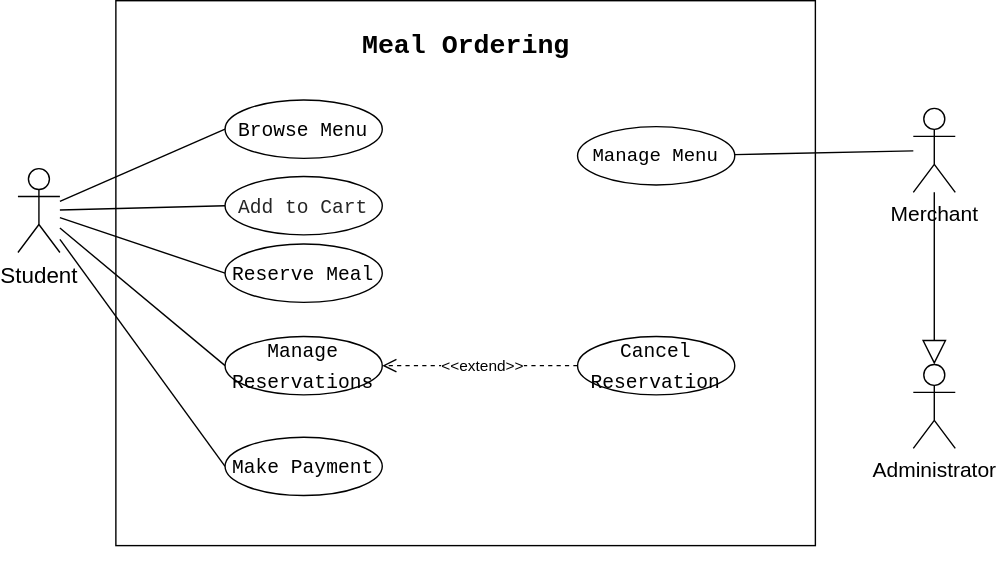
Earlier version of the draw.io export Assignment2/diagrams/uc_mealorder.svg (qianlinnian/se_sad_project). Source tidied: cells renumbered, new cells last; positions are measured from the earlier drawing's top-left corner, leaving out a move shared by most shapes.
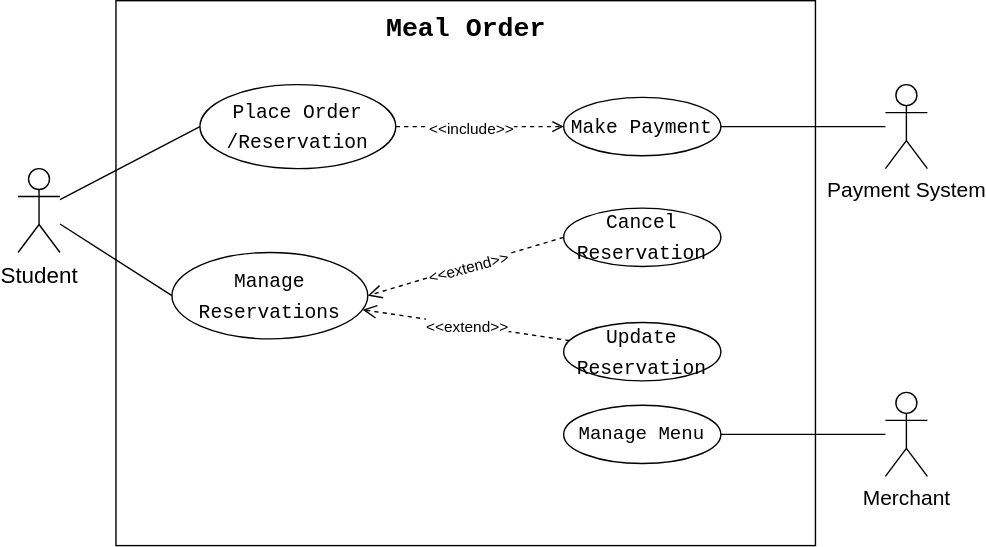
The same file after the commit.

Diff of the diagram source:
```diff
@@ -2,15 +2,6 @@
   <root>
     <mxCell id="0" />
     <mxCell id="1" parent="0" />
-    <mxCell id="2" style="rounded=0;jettySize=auto;html=1;endArrow=none;endFill=0;entryX=0;entryY=0.5;entryDx=0;entryDy=0;" parent="1" edge="1" source="6" target="15">
-      <mxGeometry relative="1" as="geometry" />
-    </mxCell>
-    <mxCell id="3" style="rounded=0;jettySize=auto;html=1;entryX=0;entryY=0.5;entryDx=0;entryDy=0;endArrow=none;endFill=0;" parent="1" edge="1" source="6" target="13">
-      <mxGeometry relative="1" as="geometry" />
-    </mxCell>
-    <mxCell id="4" style="rounded=0;jettySize=auto;html=1;entryX=0;entryY=0.5;entryDx=0;entryDy=0;endArrow=none;endFill=0;" parent="1" edge="1" source="6" target="14">
-      <mxGeometry relative="1" as="geometry" />
-    </mxCell>
     <mxCell id="5" style="edgeStyle=none;curved=1;rounded=0;jettySize=auto;html=1;entryX=0;entryY=0.5;entryDx=0;entryDy=0;fontSize=12;startSize=8;endSize=8;endArrow=none;endFill=0;" parent="1" edge="1" source="6" target="10">
       <mxGeometry relative="1" as="geometry" />
     </mxCell>
@@ -23,53 +14,62 @@
     <mxCell id="8" style="rounded=0;whiteSpace=wrap;html=1;fillColor=none;" parent="1" vertex="1">
       <mxGeometry x="70" width="500" height="389.5" as="geometry" />
     </mxCell>
+    <mxCell id="25" style="rounded=0;jettySize=auto;html=1;entryX=0;entryY=0.5;entryDx=0;entryDy=0;dashed=1;endArrow=open;endFill=0;" parent="1" edge="1" source="9" target="14">
+      <mxGeometry relative="1" as="geometry" />
+    </mxCell>
+    <mxCell id="26" value="&amp;lt;&amp;lt;include&amp;gt;&amp;gt;" style="edgeLabel;html=1;align=center;verticalAlign=middle;" parent="25" vertex="1">
+      <mxGeometry x="-0.13" y="-1" relative="1" as="geometry" />
+    </mxCell>
-    <mxCell id="9" value="&lt;div style=&quot;font-family: Consolas, &amp;quot;Courier New&amp;quot;, monospace; line-height: 22px; white-space: pre;&quot;&gt;&lt;span style=&quot;font-family: ui-monospace, SFMono-Regular, &amp;quot;SF Mono&amp;quot;, Menlo, Consolas, &amp;quot;Liberation Mono&amp;quot;, monospace; text-align: left; white-space: normal;&quot;&gt;Reserve Meal&lt;/span&gt;&lt;/div&gt;" style="ellipse;whiteSpace=wrap;html=1;fontSize=14;fontColor=#000000;strokeColor=#000000;" parent="1" vertex="1">
-      <mxGeometry x="148" y="173.9" width="112.4" height="41.7" as="geometry" />
+    <mxCell id="9" value="&lt;div style=&quot;font-family: Consolas, &amp;quot;Courier New&amp;quot;, monospace; line-height: 22px; white-space: pre;&quot;&gt;&lt;span style=&quot;font-family: ui-monospace, SFMono-Regular, &amp;quot;SF Mono&amp;quot;, Menlo, Consolas, &amp;quot;Liberation Mono&amp;quot;, monospace; text-align: left; white-space: normal;&quot;&gt;Place Order&lt;/span&gt;&lt;/div&gt;&lt;div style=&quot;font-family: Consolas, &amp;quot;Courier New&amp;quot;, monospace; line-height: 22px; white-space: pre;&quot;&gt;&lt;span style=&quot;font-family: ui-monospace, SFMono-Regular, &amp;quot;SF Mono&amp;quot;, Menlo, Consolas, &amp;quot;Liberation Mono&amp;quot;, monospace; text-align: left; white-space: normal;&quot;&gt;/Reservation&lt;/span&gt;&lt;/div&gt;" style="ellipse;whiteSpace=wrap;html=1;fontSize=14;fontColor=#000000;strokeColor=#000000;" parent="1" vertex="1">
+      <mxGeometry x="130" y="60" width="140" height="60" as="geometry" />
     </mxCell>
     <mxCell id="10" value="&lt;div style=&quot;font-family: Consolas, &amp;quot;Courier New&amp;quot;, monospace; line-height: 22px; white-space: pre;&quot;&gt;&lt;span style=&quot;font-family: ui-monospace, SFMono-Regular, &amp;quot;SF Mono&amp;quot;, Menlo, Consolas, &amp;quot;Liberation Mono&amp;quot;, monospace; text-align: left; white-space: normal;&quot;&gt;Manage Reservations&lt;/span&gt;&lt;/div&gt;" style="ellipse;whiteSpace=wrap;html=1;fontSize=14;fontColor=#000000;strokeColor=#000000;" parent="1" vertex="1">
-      <mxGeometry x="148" y="240" width="112.4" height="41.7" as="geometry" />
+      <mxGeometry x="110" y="180" width="140" height="61.7" as="geometry" />
     </mxCell>
     <mxCell id="11" value="&lt;div style=&quot;font-family: Consolas, &amp;quot;Courier New&amp;quot;, monospace; line-height: 22px; white-space: pre;&quot;&gt;&lt;span style=&quot;font-family: ui-monospace, SFMono-Regular, &amp;quot;SF Mono&amp;quot;, Menlo, Consolas, &amp;quot;Liberation Mono&amp;quot;, monospace; text-align: left; white-space: normal;&quot;&gt;Cancel Reservation&lt;/span&gt;&lt;/div&gt;" style="ellipse;whiteSpace=wrap;html=1;fontSize=14;fontColor=#000000;strokeColor=#000000;" parent="1" vertex="1">
-      <mxGeometry x="400" y="240" width="112.4" height="41.7" as="geometry" />
+      <mxGeometry x="390" y="148.3" width="112.4" height="41.7" as="geometry" />
     </mxCell>
-    <mxCell id="12" value="&lt;div style=&quot;line-height: 22px;&quot;&gt;&lt;font face=&quot;Consolas, Courier New, monospace&quot;&gt;&lt;span style=&quot;font-size: 19px; white-space: pre;&quot;&gt;&lt;b&gt;Meal Ordering&lt;/b&gt;&lt;/span&gt;&lt;/font&gt;&lt;/div&gt;" style="text;html=1;whiteSpace=wrap;strokeColor=none;fillColor=none;align=center;verticalAlign=middle;rounded=0;" parent="1" vertex="1">
+    <mxCell id="12" value="&lt;div style=&quot;line-height: 22px;&quot;&gt;&lt;font face=&quot;Consolas, Courier New, monospace&quot;&gt;&lt;span style=&quot;font-size: 19px; white-space: pre;&quot;&gt;&lt;b&gt;Meal Order&lt;/b&gt;&lt;/span&gt;&lt;/font&gt;&lt;/div&gt;&lt;div style=&quot;line-height: 22px;&quot;&gt;&lt;font face=&quot;Consolas, Courier New, monospace&quot;&gt;&lt;span style=&quot;font-size: 19px; white-space: pre;&quot;&gt;&lt;b&gt;&lt;br&gt;&lt;/b&gt;&lt;/span&gt;&lt;/font&gt;&lt;/div&gt;" style="text;html=1;whiteSpace=wrap;strokeColor=none;fillColor=none;align=center;verticalAlign=middle;rounded=0;" parent="1" vertex="1">
       <mxGeometry x="296.6" y="19" width="46.8" height="27.8" as="geometry" />
     </mxCell>
-    <mxCell id="13" value="&lt;div style=&quot;font-family: Consolas, &amp;quot;Courier New&amp;quot;, monospace; line-height: 22px; white-space: pre;&quot;&gt;&lt;span style=&quot;color: rgb(38, 38, 38); font-family: ui-monospace, SFMono-Regular, &amp;quot;SF Mono&amp;quot;, Menlo, Consolas, &amp;quot;Liberation Mono&amp;quot;, monospace; text-align: left; text-wrap-mode: wrap;&quot;&gt;&lt;font style=&quot;font-size: 14px;&quot;&gt;Add to Cart&lt;/font&gt;&lt;/span&gt;&lt;/div&gt;" style="ellipse;whiteSpace=wrap;html=1;fontSize=16;" parent="1" vertex="1">
-      <mxGeometry x="148" y="125.7" width="112.4" height="41.7" as="geometry" />
-    </mxCell>
     <mxCell id="14" value="&lt;div style=&quot;font-family: Consolas, &amp;quot;Courier New&amp;quot;, monospace; line-height: 22px; white-space: pre;&quot;&gt;&lt;span style=&quot;font-family: ui-monospace, SFMono-Regular, &amp;quot;SF Mono&amp;quot;, Menlo, Consolas, &amp;quot;Liberation Mono&amp;quot;, monospace; text-align: left; text-wrap-mode: wrap;&quot;&gt;&lt;font style=&quot;color: rgb(0, 0, 0); font-size: 14px;&quot;&gt;Make Payment&lt;/font&gt;&lt;/span&gt;&lt;/div&gt;" style="ellipse;whiteSpace=wrap;html=1;fontSize=16;" parent="1" vertex="1">
-      <mxGeometry x="148" y="312" width="112.4" height="41.7" as="geometry" />
+      <mxGeometry x="390" y="69.1" width="112.4" height="41.7" as="geometry" />
     </mxCell>
-    <mxCell id="15" value="&lt;div style=&quot;font-family: Consolas, &amp;quot;Courier New&amp;quot;, monospace; line-height: 22px; white-space: pre;&quot;&gt;&lt;span style=&quot;font-family: ui-monospace, SFMono-Regular, &amp;quot;SF Mono&amp;quot;, Menlo, Consolas, &amp;quot;Liberation Mono&amp;quot;, monospace; text-align: left; text-wrap-mode: wrap;&quot;&gt;&lt;font style=&quot;color: rgb(0, 0, 0); font-size: 14px;&quot;&gt;Browse Menu&lt;/font&gt;&lt;/span&gt;&lt;/div&gt;" style="ellipse;whiteSpace=wrap;html=1;fontSize=16;" parent="1" vertex="1">
-      <mxGeometry x="148" y="70.9" width="112.4" height="41.7" as="geometry" />
-    </mxCell>
     <mxCell id="16" style="rounded=0;jettySize=auto;html=1;exitX=0;exitY=0.5;exitDx=0;exitDy=0;entryX=1;entryY=0.5;entryDx=0;entryDy=0;dashed=1;endArrow=open;endFill=0;strokeWidth=1;endSize=8;" parent="1" edge="1" source="11" target="10">
       <mxGeometry relative="1" as="geometry" />
     </mxCell>
     <mxCell id="17" value="Text" style="edgeLabel;html=1;align=center;verticalAlign=middle;" parent="16" vertex="1">
       <mxGeometry x="0.01" y="-1" relative="1" as="geometry" />
     </mxCell>
-    <mxCell id="18" value="&amp;lt;&amp;lt;extend&lt;span style=&quot;background-color: light-dark(#ffffff, var(--ge-dark-color, #121212)); color: light-dark(rgb(0, 0, 0), rgb(255, 255, 255));&quot;&gt;&amp;gt;&amp;gt;&lt;/span&gt;" style="edgeLabel;html=1;align=center;verticalAlign=middle;" parent="16" vertex="1">
+    <mxCell id="18" value="&amp;lt;&amp;lt;extend&lt;span style=&quot;background-color: light-dark(#ffffff, var(--ge-dark-color, #121212)); color: light-dark(rgb(0, 0, 0), rgb(255, 255, 255));&quot;&gt;&amp;gt;&amp;gt;&lt;/span&gt;" style="edgeLabel;html=1;align=center;verticalAlign=middle;rotation=-15;" parent="16" vertex="1">
       <mxGeometry x="-0.01" relative="1" as="geometry" />
     </mxCell>
-    <mxCell id="19" style="edgeStyle=none;curved=1;rounded=0;orthogonalLoop=1;jettySize=auto;html=1;exitX=1;exitY=1;exitDx=0;exitDy=0;fontSize=12;startSize=8;endSize=8;" parent="1" edge="1" source="8" target="8">
-      <mxGeometry relative="1" as="geometry" />
-    </mxCell>
-    <mxCell id="20" style="edgeStyle=none;curved=1;rounded=0;jettySize=auto;html=1;fontSize=12;startSize=8;endSize=15;endArrow=block;endFill=0;" parent="1" edge="1" source="21" target="24">
-      <mxGeometry relative="1" as="geometry" />
-    </mxCell>
     <mxCell id="21" value="&lt;span style=&quot;font-size: 15px;&quot;&gt;Merchant&lt;/span&gt;" style="shape=umlActor;verticalLabelPosition=bottom;verticalAlign=top;html=1;outlineConnect=0;" parent="1" vertex="1">
-      <mxGeometry x="640" y="77" width="30" height="60" as="geometry" />
+      <mxGeometry x="620" y="280" width="30" height="60" as="geometry" />
     </mxCell>
     <mxCell id="22" style="rounded=0;jettySize=auto;html=1;endArrow=none;endFill=0;" parent="1" edge="1" source="21" target="23">
       <mxGeometry relative="1" as="geometry" />
     </mxCell>
     <mxCell id="23" value="&lt;div style=&quot;font-family: Consolas, &amp;quot;Courier New&amp;quot;, monospace; line-height: 22px; white-space: pre;&quot;&gt;&lt;span style=&quot;font-family: ui-monospace, SFMono-Regular, &amp;quot;SF Mono&amp;quot;, Menlo, Consolas, &amp;quot;Liberation Mono&amp;quot;, monospace; font-size: 13.6px; text-align: left; text-wrap-mode: wrap;&quot;&gt;&lt;font style=&quot;color: rgb(0, 0, 0);&quot;&gt;Manage Menu&lt;/font&gt;&lt;/span&gt;&lt;/div&gt;" style="ellipse;whiteSpace=wrap;html=1;fontSize=16;" parent="1" vertex="1">
-      <mxGeometry x="400" y="90" width="112.4" height="41.7" as="geometry" />
+      <mxGeometry x="390" y="289.1" width="112.4" height="41.7" as="geometry" />
     </mxCell>
-    <mxCell id="24" value="&lt;font style=&quot;font-size: 15px;&quot;&gt;Administrator&lt;/font&gt;" style="shape=umlActor;verticalLabelPosition=bottom;verticalAlign=top;html=1;outlineConnect=0;" parent="1" vertex="1">
-      <mxGeometry x="640" y="260" width="30" height="60" as="geometry" />
-    </mxCell>
+    <mxCell id="27" style="rounded=0;jettySize=auto;html=1;endArrow=none;endFill=0;endSize=9;" parent="1" edge="1" source="28" target="14">
+      <mxGeometry relative="1" as="geometry" />
+    </mxCell>
+    <mxCell id="28" value="&lt;span style=&quot;font-size: 15px;&quot;&gt;Payment System&lt;/span&gt;" style="shape=umlActor;verticalLabelPosition=bottom;verticalAlign=top;html=1;outlineConnect=0;" parent="1" vertex="1">
+      <mxGeometry x="620" y="60" width="30" height="60" as="geometry" />
+    </mxCell>
+    <mxCell id="29" value="&lt;div style=&quot;font-family: Consolas, &amp;quot;Courier New&amp;quot;, monospace; line-height: 22px; white-space: pre;&quot;&gt;&lt;span style=&quot;font-family: ui-monospace, SFMono-Regular, &amp;quot;SF Mono&amp;quot;, Menlo, Consolas, &amp;quot;Liberation Mono&amp;quot;, monospace; text-align: left; white-space: normal;&quot;&gt;Update Reservation&lt;/span&gt;&lt;/div&gt;" style="ellipse;whiteSpace=wrap;html=1;fontSize=14;fontColor=#000000;strokeColor=#000000;" parent="1" vertex="1">
+      <mxGeometry x="390" y="230" width="112.4" height="41.7" as="geometry" />
+    </mxCell>
+    <mxCell id="30" style="rounded=0;jettySize=auto;html=1;dashed=1;endArrow=open;endFill=0;strokeWidth=1;endSize=8;" parent="1" edge="1" source="29" target="10">
+      <mxGeometry relative="1" as="geometry" />
+    </mxCell>
+    <mxCell id="31" value="Text" style="edgeLabel;html=1;align=center;verticalAlign=middle;" parent="30" vertex="1">
+      <mxGeometry x="0.01" y="-1" relative="1" as="geometry" />
+    </mxCell>
+    <mxCell id="32" value="&amp;lt;&amp;lt;extend&lt;span style=&quot;background-color: light-dark(#ffffff, var(--ge-dark-color, #121212)); color: light-dark(rgb(0, 0, 0), rgb(255, 255, 255));&quot;&gt;&amp;gt;&amp;gt;&lt;/span&gt;" style="edgeLabel;html=1;align=center;verticalAlign=middle;rotation=0;" parent="30" vertex="1">
+      <mxGeometry x="-0.01" relative="1" as="geometry" />
+    </mxCell>
   </root>
 </mxGraphModel>
```
